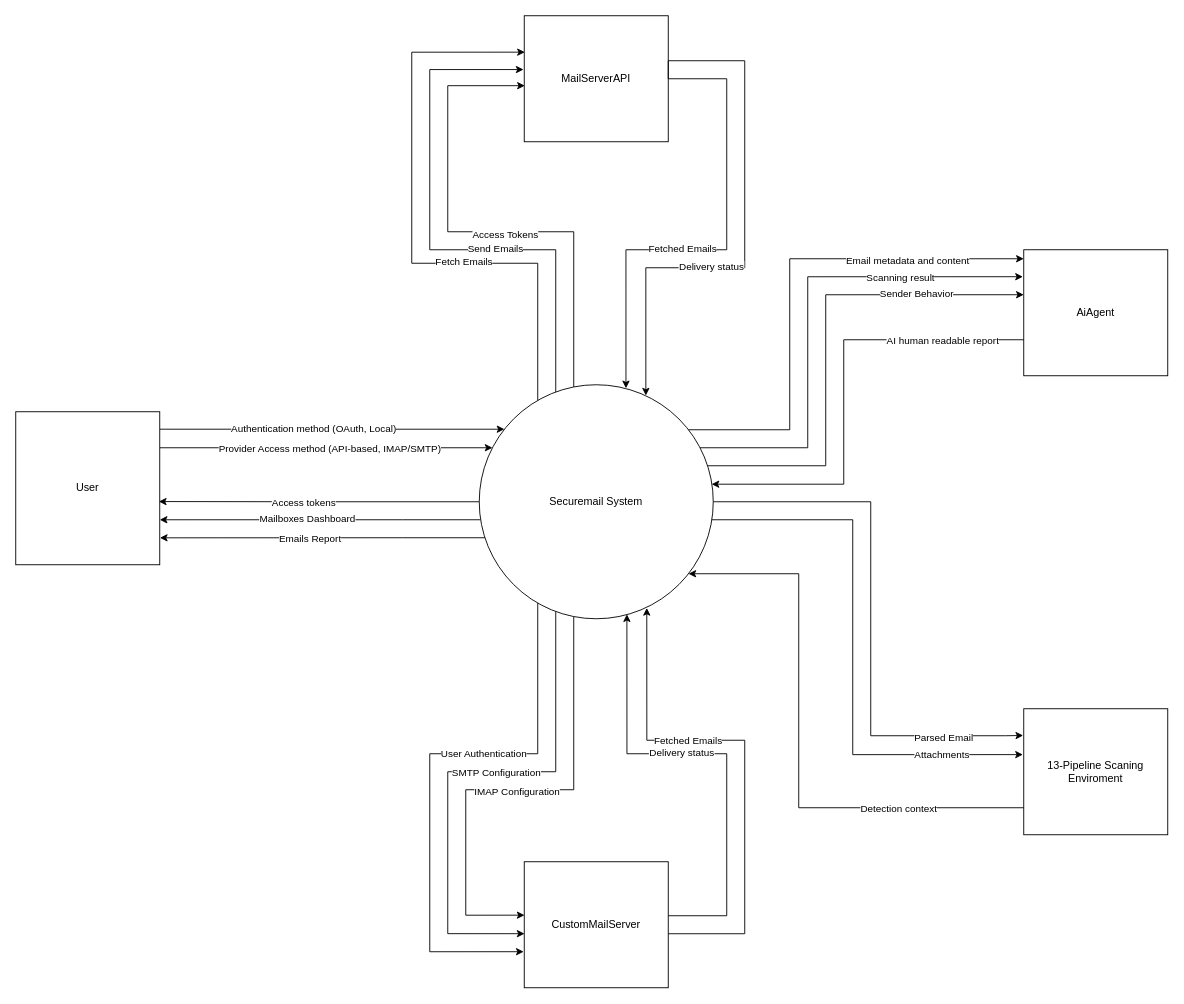
The-Team-Dream/SecureMail keeps this draw.io diagram as diagrams/Context.drawio. Above is the earlier version. Source tidied: cells renumbered, new cells numbered last; positions are measured from the earlier drawing's top-left corner, leaving out a move shared by most shapes. Both pictures are drawn from the tidied source at 90%, with x=0, y=0 at pixel (15, 15).
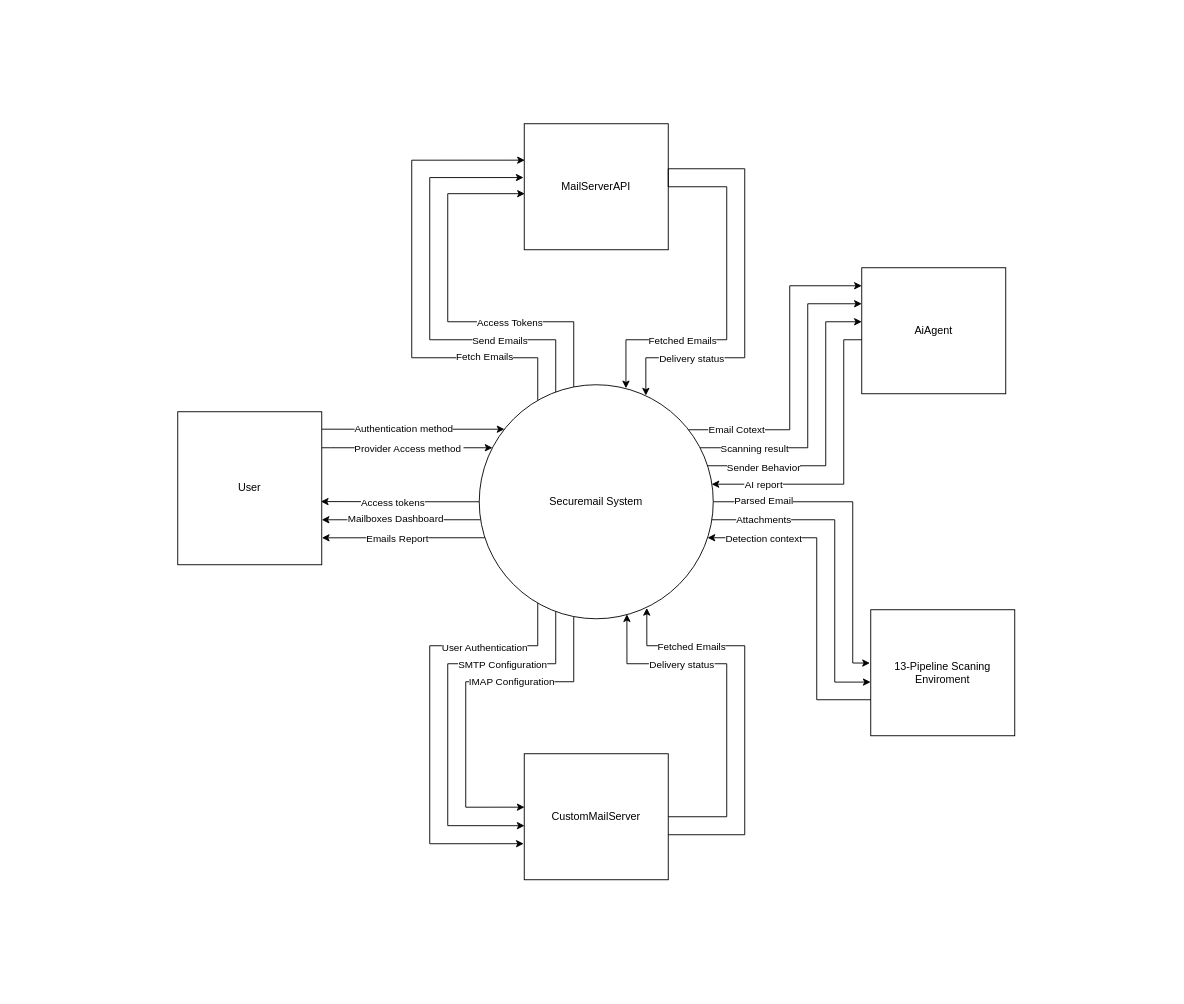
Above is the later version.

Unchanged cells that the change refers to:
```xml
<mxCell id="2" style="edgeStyle=orthogonalEdgeStyle;rounded=0;jettySize=auto;html=1;endArrow=none;endFill=0;startArrow=classic;startFill=1;entryX=1;entryY=0.114;entryDx=0;entryDy=0;entryPerimeter=0;" parent="1" edge="1" source="14" target="15">
  <mxGeometry relative="1" as="geometry">
    <Array as="points">
      <mxPoint x="420" y="460" />
    </Array>
  </mxGeometry>
</mxCell>
<mxCell id="4" style="edgeStyle=orthogonalEdgeStyle;rounded=0;jettySize=auto;html=1;startArrow=classic;startFill=1;endArrow=none;endFill=0;" parent="1" edge="1" source="14" target="15">
  <mxGeometry relative="1" as="geometry">
    <Array as="points">
      <mxPoint x="350" y="480" />
      <mxPoint x="350" y="480" />
    </Array>
  </mxGeometry>
</mxCell>
<mxCell id="14" value="Securemail System" style="ellipse;whiteSpace=wrap;html=1;" parent="1" vertex="1">
  <mxGeometry x="515" y="410" width="260" height="260" as="geometry" />
</mxCell>
<mxCell id="50" style="edgeStyle=orthogonalEdgeStyle;rounded=0;jettySize=auto;html=1;entryX=0.993;entryY=0.425;entryDx=0;entryDy=0;entryPerimeter=0;" parent="1" edge="1" source="16" target="14">
  <mxGeometry relative="1" as="geometry">
    <Array as="points">
      <mxPoint x="920" y="360" />
      <mxPoint x="920" y="521" />
    </Array>
  </mxGeometry>
</mxCell>
```

Diff of the diagram source:
```diff
@@
-    <mxCell id="3" value="Authentication method (OAuth, Local)" style="edgeLabel;html=1;align=center;verticalAlign=middle;" parent="2" vertex="1">
+    <mxCell id="3" value="Authentication method" style="edgeLabel;html=1;align=center;verticalAlign=middle;" parent="2" vertex="1">
       <mxGeometry x="0.11" y="-1" relative="1" as="geometry" />
     </mxCell>
@@
-    <mxCell id="5" value="Provider Access method (API-based, IMAP/SMTP)" style="edgeLabel;html=1;align=center;verticalAlign=middle;" parent="4" vertex="1">
+    <mxCell id="5" value="Provider Access method&amp;nbsp;" style="edgeLabel;html=1;align=center;verticalAlign=middle;" parent="4" vertex="1">
       <mxGeometry x="0.3" y="5" relative="1" as="geometry">
-        <mxPoint x="59" y="-5" as="offset" />
+        <mxPoint x="30" y="-5" as="offset" />
       </mxGeometry>
     </mxCell>
@@
     <mxCell id="8" style="edgeStyle=orthogonalEdgeStyle;rounded=0;jettySize=auto;html=1;entryX=-0.004;entryY=0.714;entryDx=0;entryDy=0;entryPerimeter=0;" parent="1" edge="1" source="14" target="18">
       <mxGeometry relative="1" as="geometry">
         <Array as="points">
-          <mxPoint x="580" y="820" />
-          <mxPoint x="460" y="820" />
-          <mxPoint x="460" y="1040" />
+          <mxPoint x="580" y="700" />
+          <mxPoint x="460" y="700" />
+          <mxPoint x="460" y="920" />
         </Array>
       </mxGeometry>
     </mxCell>
     <mxCell id="9" value="User Authentication" style="edgeLabel;html=1;align=center;verticalAlign=middle;" parent="8" vertex="1">
       <mxGeometry x="-0.24" y="-1" relative="1" as="geometry">
-        <mxPoint x="4" as="offset" />
+        <mxPoint x="61" y="-18" as="offset" />
       </mxGeometry>
     </mxCell>
-    <mxCell id="10" style="edgeStyle=orthogonalEdgeStyle;rounded=0;jettySize=auto;html=1;entryX=-0.004;entryY=0.212;entryDx=0;entryDy=0;entryPerimeter=0;" parent="1" edge="1" source="14" target="17">
+    <mxCell id="10" style="edgeStyle=orthogonalEdgeStyle;rounded=0;jettySize=auto;html=1;entryX=-0.006;entryY=0.423;entryDx=0;entryDy=0;entryPerimeter=0;" parent="1" edge="1" source="14" target="17">
       <mxGeometry relative="1" as="geometry">
         <Array as="points">
-          <mxPoint x="950" y="540" />
-          <mxPoint x="950" y="800" />
-          <mxPoint x="1100" y="800" />
+          <mxPoint x="930" y="540" />
+          <mxPoint x="930" y="720" />
+          <mxPoint x="949" y="720" />
         </Array>
       </mxGeometry>
     </mxCell>
     <mxCell id="11" value="Parsed Email" style="edgeLabel;html=1;align=center;verticalAlign=middle;" parent="10" vertex="1">
       <mxGeometry x="0.63" y="-1" relative="1" as="geometry">
-        <mxPoint x="22" as="offset" />
+        <mxPoint x="-99" y="-135" as="offset" />
       </mxGeometry>
     </mxCell>
-    <mxCell id="12" style="edgeStyle=orthogonalEdgeStyle;rounded=0;jettySize=auto;html=1;entryX=-0.006;entryY=0.214;entryDx=0;entryDy=0;entryPerimeter=0;" parent="1" edge="1" source="14" target="16">
+    <mxCell id="12" style="edgeStyle=orthogonalEdgeStyle;rounded=0;jettySize=auto;html=1;" parent="1" edge="1" source="14">
       <mxGeometry relative="1" as="geometry">
+        <mxPoint x="940" y="320" as="targetPoint" />
         <Array as="points">
           <mxPoint x="880" y="480" />
-          <mxPoint x="880" y="290" />
+          <mxPoint x="880" y="320" />
+          <mxPoint x="940" y="320" />
         </Array>
       </mxGeometry>
     </mxCell>
     <mxCell id="13" value="Scanning result" style="edgeLabel;html=1;align=center;verticalAlign=middle;" parent="12" vertex="1">
-      <mxGeometry x="0.5" y="-1" relative="1" as="geometry" />
+      <mxGeometry x="0.5" y="-1" relative="1" as="geometry">
+        <mxPoint x="-61" y="136" as="offset" />
+      </mxGeometry>
     </mxCell>
@@
     <mxCell id="15" value="User" style="rounded=0;whiteSpace=wrap;html=1;" parent="1" vertex="1">
-      <mxGeometry y="440" width="160" height="170" as="geometry" />
+      <mxGeometry x="180" y="440" width="160" height="170" as="geometry" />
     </mxCell>
     <mxCell id="16" value="AiAgent" style="rounded=0;whiteSpace=wrap;html=1;" parent="1" vertex="1">
-      <mxGeometry x="1120" y="260" width="160" height="140" as="geometry" />
+      <mxGeometry x="940" y="280" width="160" height="140" as="geometry" />
     </mxCell>
     <mxCell id="17" value="13-Pipeline Scaning Enviroment" style="rounded=0;whiteSpace=wrap;html=1;" parent="1" vertex="1">
-      <mxGeometry x="1120" y="770" width="160" height="140" as="geometry" />
+      <mxGeometry x="950" y="660" width="160" height="140" as="geometry" />
     </mxCell>
     <mxCell id="18" value="CustomMailServer" style="rounded=0;whiteSpace=wrap;html=1;" parent="1" vertex="1">
-      <mxGeometry x="565" y="940" width="160" height="140" as="geometry" />
+      <mxGeometry x="565" y="820" width="160" height="140" as="geometry" />
     </mxCell>
     <mxCell id="19" value="MailServerAPI" style="rounded=0;whiteSpace=wrap;html=1;" parent="1" vertex="1">
-      <mxGeometry x="565" width="160" height="140" as="geometry" />
+      <mxGeometry x="565" y="120" width="160" height="140" as="geometry" />
     </mxCell>
@@
     <mxCell id="24" style="edgeStyle=orthogonalEdgeStyle;rounded=0;jettySize=auto;html=1;exitX=1;exitY=0.5;exitDx=0;exitDy=0;entryX=0.712;entryY=0.046;entryDx=0;entryDy=0;entryPerimeter=0;" parent="1" edge="1" source="19" target="14">
       <mxGeometry relative="1" as="geometry">
         <Array as="points">
-          <mxPoint x="725" y="50" />
-          <mxPoint x="810" y="50" />
-          <mxPoint x="810" y="280" />
-          <mxPoint x="700" y="280" />
+          <mxPoint x="810" y="170" />
+          <mxPoint x="810" y="380" />
+          <mxPoint x="700" y="380" />
         </Array>
       </mxGeometry>
     </mxCell>
     <mxCell id="25" value="Delivery status" style="edgeLabel;html=1;align=center;verticalAlign=middle;" parent="24" vertex="1">
       <mxGeometry x="0.33" y="-2" relative="1" as="geometry">
-        <mxPoint x="17" as="offset" />
+        <mxPoint x="-58" y="5" as="offset" />
       </mxGeometry>
     </mxCell>
     <mxCell id="26" style="edgeStyle=orthogonalEdgeStyle;rounded=0;jettySize=auto;html=1;entryX=0.627;entryY=0.015;entryDx=0;entryDy=0;entryPerimeter=0;" parent="1" edge="1" source="19" target="14">
       <mxGeometry relative="1" as="geometry">
         <Array as="points">
-          <mxPoint x="790" y="70" />
-          <mxPoint x="790" y="260" />
-          <mxPoint x="678" y="260" />
+          <mxPoint x="790" y="190" />
+          <mxPoint x="790" y="360" />
+          <mxPoint x="678" y="360" />
         </Array>
       </mxGeometry>
     </mxCell>
     <mxCell id="27" value="Fetched Emails" style="edgeLabel;html=1;align=center;verticalAlign=middle;" parent="26" vertex="1">
-      <mxGeometry x="0.17" y="-2" relative="1" as="geometry" />
+      <mxGeometry x="0.17" y="-2" relative="1" as="geometry">
+        <mxPoint x="-50" y="2" as="offset" />
+      </mxGeometry>
     </mxCell>
     <mxCell id="28" style="edgeStyle=orthogonalEdgeStyle;rounded=0;jettySize=auto;html=1;entryX=0.004;entryY=0.289;entryDx=0;entryDy=0;entryPerimeter=0;" parent="1" edge="1" source="14" target="19">
       <mxGeometry relative="1" as="geometry">
         <Array as="points">
-          <mxPoint x="580" y="275" />
-          <mxPoint x="440" y="275" />
-          <mxPoint x="440" y="40" />
+          <mxPoint x="580" y="380" />
+          <mxPoint x="440" y="380" />
+          <mxPoint x="440" y="160" />
+          <mxPoint x="566" y="160" />
         </Array>
       </mxGeometry>
     </mxCell>
     <mxCell id="29" value="Fetch Emails" style="edgeLabel;html=1;align=center;verticalAlign=middle;" parent="28" vertex="1">
-      <mxGeometry x="-0.28" y="-2" relative="1" as="geometry" />
+      <mxGeometry x="-0.28" y="-2" relative="1" as="geometry">
+        <mxPoint x="78" y="3" as="offset" />
+      </mxGeometry>
     </mxCell>
     <mxCell id="30" style="edgeStyle=orthogonalEdgeStyle;rounded=0;jettySize=auto;html=1;entryX=-0.005;entryY=0.427;entryDx=0;entryDy=0;entryPerimeter=0;" parent="1" edge="1" source="14" target="19">
       <mxGeometry relative="1" as="geometry">
         <Array as="points">
-          <mxPoint x="600" y="260" />
-          <mxPoint x="460" y="260" />
-          <mxPoint x="460" y="60" />
+          <mxPoint x="600" y="360" />
+          <mxPoint x="460" y="360" />
+          <mxPoint x="460" y="180" />
         </Array>
       </mxGeometry>
     </mxCell>
     <mxCell id="31" value="Send Emails" style="edgeLabel;html=1;align=center;verticalAlign=middle;" parent="30" vertex="1">
-      <mxGeometry x="-0.25" y="-2" relative="1" as="geometry" />
+      <mxGeometry x="-0.25" y="-2" relative="1" as="geometry">
+        <mxPoint x="60" y="2" as="offset" />
+      </mxGeometry>
     </mxCell>
     <mxCell id="32" style="edgeStyle=orthogonalEdgeStyle;rounded=0;jettySize=auto;html=1;entryX=0.004;entryY=0.555;entryDx=0;entryDy=0;entryPerimeter=0;" parent="1" edge="1" source="14" target="19">
       <mxGeometry relative="1" as="geometry">
         <Array as="points">
-          <mxPoint x="620" y="240" />
-          <mxPoint x="480" y="240" />
-          <mxPoint x="480" y="78" />
+          <mxPoint x="620" y="340" />
+          <mxPoint x="480" y="340" />
+          <mxPoint x="480" y="198" />
+          <mxPoint x="566" y="198" />
         </Array>
       </mxGeometry>
     </mxCell>
     <mxCell id="33" value="Access Tokens" style="edgeLabel;html=1;align=center;verticalAlign=middle;" parent="32" vertex="1">
-      <mxGeometry x="-0.11" y="2" relative="1" as="geometry" />
+      <mxGeometry x="-0.11" y="2" relative="1" as="geometry">
+        <mxPoint x="52" y="-2" as="offset" />
+      </mxGeometry>
     </mxCell>
     <mxCell id="34" style="edgeStyle=orthogonalEdgeStyle;rounded=0;jettySize=auto;html=1;entryX=0.002;entryY=0.571;entryDx=0;entryDy=0;entryPerimeter=0;" parent="1" edge="1" source="14" target="18">
       <mxGeometry relative="1" as="geometry">
         <Array as="points">
-          <mxPoint x="600" y="840" />
-          <mxPoint x="480" y="840" />
-          <mxPoint x="480" y="1020" />
+          <mxPoint x="600" y="720" />
+          <mxPoint x="480" y="720" />
+          <mxPoint x="480" y="900" />
         </Array>
       </mxGeometry>
     </mxCell>
     <mxCell id="35" value="SMTP Configuration" style="edgeLabel;html=1;align=center;verticalAlign=middle;" parent="34" vertex="1">
-      <mxGeometry x="-0.13" relative="1" as="geometry" />
+      <mxGeometry x="-0.13" relative="1" as="geometry">
+        <mxPoint x="60" y="-14" as="offset" />
+      </mxGeometry>
     </mxCell>
     <mxCell id="36" style="edgeStyle=orthogonalEdgeStyle;rounded=0;jettySize=auto;html=1;entryX=0.002;entryY=0.424;entryDx=0;entryDy=0;entryPerimeter=0;" parent="1" edge="1" source="14" target="18">
       <mxGeometry relative="1" as="geometry">
         <Array as="points">
-          <mxPoint x="620" y="860" />
-          <mxPoint x="500" y="860" />
-          <mxPoint x="500" y="999" />
+          <mxPoint x="620" y="740" />
+          <mxPoint x="500" y="740" />
+          <mxPoint x="500" y="880" />
+          <mxPoint x="565" y="880" />
         </Array>
       </mxGeometry>
     </mxCell>
     <mxCell id="37" value="IMAP Configuration" style="edgeLabel;html=1;align=center;verticalAlign=middle;" parent="36" vertex="1">
-      <mxGeometry x="-0.01" y="1" relative="1" as="geometry" />
+      <mxGeometry x="-0.01" y="1" relative="1" as="geometry">
+        <mxPoint x="49" y="-5" as="offset" />
+      </mxGeometry>
     </mxCell>
     <mxCell id="38" style="edgeStyle=orthogonalEdgeStyle;rounded=0;jettySize=auto;html=1;entryX=0.716;entryY=0.954;entryDx=0;entryDy=0;entryPerimeter=0;" parent="1" edge="1" source="18" target="14">
       <mxGeometry relative="1" as="geometry">
         <Array as="points">
-          <mxPoint x="810" y="1020" />
-          <mxPoint x="810" y="805" />
-          <mxPoint x="701" y="805" />
+          <mxPoint x="810" y="910" />
+          <mxPoint x="810" y="700" />
+          <mxPoint x="701" y="700" />
         </Array>
       </mxGeometry>
     </mxCell>
     <mxCell id="39" value="Fetched Emails" style="edgeLabel;html=1;align=center;verticalAlign=middle;" parent="38" vertex="1">
-      <mxGeometry x="0.31" relative="1" as="geometry" />
+      <mxGeometry x="0.31" relative="1" as="geometry">
+        <mxPoint x="-60" y="-3" as="offset" />
+      </mxGeometry>
     </mxCell>
     <mxCell id="40" style="edgeStyle=orthogonalEdgeStyle;rounded=0;jettySize=auto;html=1;entryX=0.631;entryY=0.981;entryDx=0;entryDy=0;entryPerimeter=0;" parent="1" edge="1" source="18" target="14">
       <mxGeometry relative="1" as="geometry">
         <Array as="points">
-          <mxPoint x="790" y="1000" />
-          <mxPoint x="790" y="820" />
-          <mxPoint x="679" y="820" />
+          <mxPoint x="790" y="890" />
+          <mxPoint x="790" y="720" />
+          <mxPoint x="679" y="720" />
         </Array>
       </mxGeometry>
     </mxCell>
     <mxCell id="41" value="Delivery status" style="edgeLabel;html=1;align=center;verticalAlign=middle;" parent="40" vertex="1">
       <mxGeometry x="0.23" y="-2" relative="1" as="geometry">
-        <mxPoint x="18" as="offset" />
+        <mxPoint x="-39" y="2" as="offset" />
       </mxGeometry>
     </mxCell>
-    <mxCell id="42" style="edgeStyle=orthogonalEdgeStyle;rounded=0;jettySize=auto;html=1;entryX=-0.006;entryY=0.364;entryDx=0;entryDy=0;entryPerimeter=0;" parent="1" edge="1" source="14" target="17">
+    <mxCell id="42" style="edgeStyle=orthogonalEdgeStyle;rounded=0;jettySize=auto;html=1;entryX=-0.001;entryY=0.574;entryDx=0;entryDy=0;entryPerimeter=0;" parent="1" edge="1" source="14" target="17">
       <mxGeometry relative="1" as="geometry">
         <Array as="points">
-          <mxPoint x="930" y="560" />
-          <mxPoint x="930" y="821" />
+          <mxPoint x="910" y="560" />
+          <mxPoint x="910" y="740" />
+          <mxPoint x="950" y="740" />
         </Array>
       </mxGeometry>
     </mxCell>
     <mxCell id="43" value="Attachments" style="edgeLabel;html=1;align=center;verticalAlign=middle;" parent="42" vertex="1">
-      <mxGeometry x="0.7" relative="1" as="geometry" />
+      <mxGeometry x="0.7" relative="1" as="geometry">
+        <mxPoint x="-80" y="-167" as="offset" />
+      </mxGeometry>
     </mxCell>
     <mxCell id="44" style="edgeStyle=orthogonalEdgeStyle;rounded=0;jettySize=auto;html=1;" parent="1" edge="1" source="17" target="14">
       <mxGeometry relative="1" as="geometry">
         <Array as="points">
-          <mxPoint x="870" y="880" />
-          <mxPoint x="870" y="620" />
+          <mxPoint x="890" y="760" />
+          <mxPoint x="890" y="580" />
         </Array>
       </mxGeometry>
     </mxCell>
     <mxCell id="45" value="Detection context" style="edgeLabel;html=1;align=center;verticalAlign=middle;" parent="44" vertex="1">
       <mxGeometry x="-0.53" relative="1" as="geometry">
-        <mxPoint x="9" as="offset" />
+        <mxPoint x="-60" y="-155" as="offset" />
       </mxGeometry>
     </mxCell>
     <mxCell id="46" style="edgeStyle=orthogonalEdgeStyle;rounded=0;jettySize=auto;html=1;" parent="1" edge="1" source="14">
       <mxGeometry relative="1" as="geometry">
-        <mxPoint x="1120" y="270" as="targetPoint" />
+        <mxPoint x="940" y="300" as="targetPoint" />
         <Array as="points">
           <mxPoint x="860" y="460" />
-          <mxPoint x="860" y="270" />
-          <mxPoint x="1120" y="270" />
+          <mxPoint x="860" y="300" />
+          <mxPoint x="940" y="300" />
         </Array>
       </mxGeometry>
     </mxCell>
-    <mxCell id="47" value="Email metadata and content" style="edgeLabel;html=1;align=center;verticalAlign=middle;" parent="46" vertex="1">
-      <mxGeometry x="0.54" y="-1" relative="1" as="geometry" />
+    <mxCell id="47" value="Email Cotext" style="edgeLabel;html=1;align=center;verticalAlign=middle;" parent="46" vertex="1">
+      <mxGeometry x="0.54" y="-1" relative="1" as="geometry">
+        <mxPoint x="-61" y="158" as="offset" />
+      </mxGeometry>
     </mxCell>
-    <mxCell id="48" style="edgeStyle=orthogonalEdgeStyle;rounded=0;jettySize=auto;html=1;entryX=0;entryY=0.357;entryDx=0;entryDy=0;entryPerimeter=0;" parent="1" edge="1" source="14" target="16">
+    <mxCell id="48" style="edgeStyle=orthogonalEdgeStyle;rounded=0;jettySize=auto;html=1;" parent="1" edge="1" source="14">
       <mxGeometry relative="1" as="geometry">
+        <mxPoint x="940" y="340" as="targetPoint" />
         <Array as="points">
           <mxPoint x="900" y="500" />
-          <mxPoint x="900" y="310" />
+          <mxPoint x="900" y="340" />
+          <mxPoint x="940" y="340" />
         </Array>
       </mxGeometry>
     </mxCell>
     <mxCell id="49" value="Sender Behavior" style="edgeLabel;html=1;align=center;verticalAlign=middle;" parent="48" vertex="1">
-      <mxGeometry x="0.56" y="1" relative="1" as="geometry" />
+      <mxGeometry x="0.56" y="1" relative="1" as="geometry">
+        <mxPoint x="-69" y="128" as="offset" />
+      </mxGeometry>
     </mxCell>
@@
-    <mxCell id="51" value="AI human readable report" style="edgeLabel;html=1;align=center;verticalAlign=middle;" parent="50" vertex="1">
+    <mxCell id="51" value="AI report" style="edgeLabel;html=1;align=center;verticalAlign=middle;" parent="50" vertex="1">
       <mxGeometry x="-0.7" relative="1" as="geometry">
-        <mxPoint x="-15" as="offset" />
+        <mxPoint x="-90" y="131" as="offset" />
       </mxGeometry>
     </mxCell>
```
